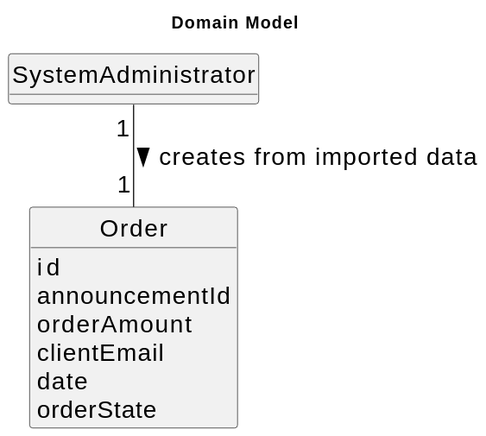
Before: docs/sprintD/us012/02.analysis/svg/us012-domain-model.svg, a diagram exported from PlantUML (Goncalves2525/real-estate-management-system).
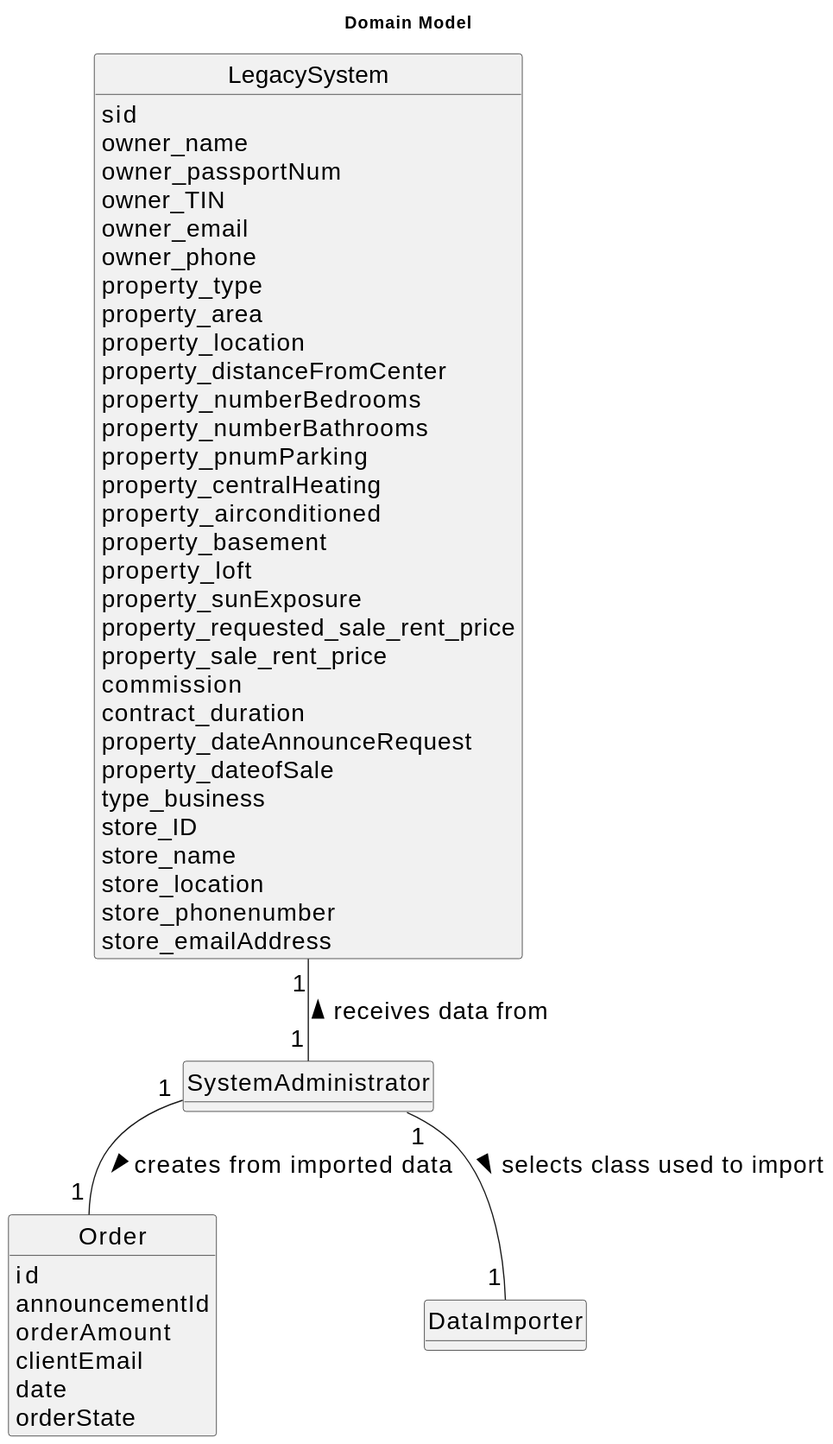
After the commit.

The edit, as a diff of the source:
```diff
@@ -20,5 +20,44 @@
     date
     orderState
 }
+
+class LegacySystem{
+    sid
+    owner_name
+    owner_passportNum
+    owner_TIN
+    owner_email
+    owner_phone
+    property_type
+    property_area
+    property_location
+    property_distanceFromCenter
+    property_numberBedrooms
+    property_numberBathrooms
+    property_pnumParking
+    property_centralHeating
+    property_airconditioned
+    property_basement
+    property_loft
+    property_sunExposure
+    property_requested_sale_rent_price
+    property_sale_rent_price
+    commission
+    contract_duration
+    property_dateAnnounceRequest
+    property_dateofSale
+    type_business
+    store_ID
+    store_name
+    store_location
+    store_phonenumber
+    store_emailAddress
+}
+
+class DataImporter{
+}
+
+LegacySystem "1" -- "1" SystemAdministrator : receives data from <
 SystemAdministrator "1" -- "1" Order : creates from imported data >
+SystemAdministrator "1" -- "1" DataImporter : selects class used to import >
 @enduml
```
